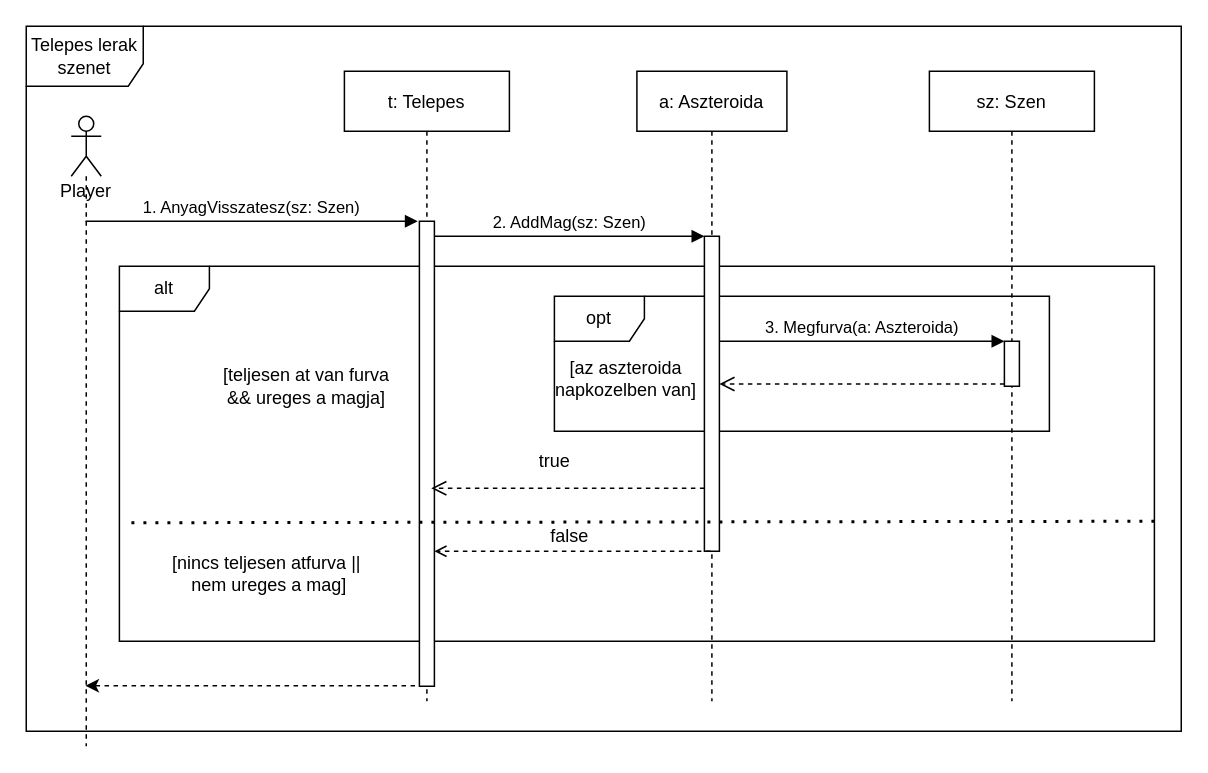
Before: doc/szekvencia/szek_SzenLerak.drawio in torpeBoiGo/aszteroidabanyaszat, a draw.io diagram. Source tidied: cells renumbered, new cells numbered last; positions are measured from the earlier drawing's top-left corner, leaving out a move shared by most shapes. Both pictures are drawn from the tidied source at 150%, with x=0, y=0 at pixel (26, 26).
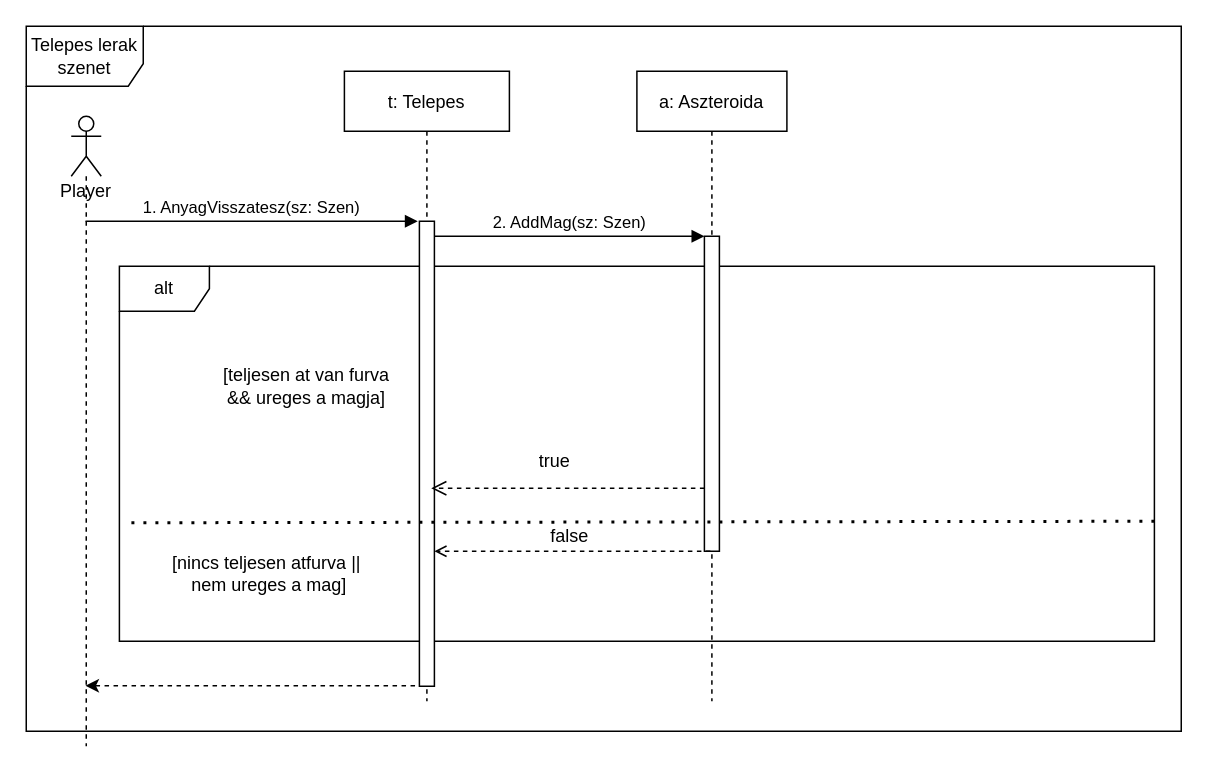
The same diagram, later.

Commit message:
nincs megfurva

The edit, as a diff of the source:
```diff
@@
+    <mxCell id="4" value="alt" style="shape=umlFrame;whiteSpace=wrap;html=1;" parent="1" vertex="1">
+      <mxGeometry x="62.1" y="160" width="690" height="250" as="geometry" />
+    </mxCell>
@@
-    <mxCell id="3" value="opt" style="shape=umlFrame;whiteSpace=wrap;html=1;" parent="1" vertex="1">
-      <mxGeometry x="352.1" y="180" width="330" height="90" as="geometry" />
-    </mxCell>
-    <mxCell id="4" value="alt" style="shape=umlFrame;whiteSpace=wrap;html=1;" parent="1" vertex="1">
-      <mxGeometry x="62.1" y="160" width="690" height="250" as="geometry" />
-    </mxCell>
-    <mxCell id="5" value="sz: Szen" style="shape=umlLifeline;perimeter=lifelinePerimeter;rounded=0;shadow=0;strokeWidth=1;" parent="1" vertex="1">
-      <mxGeometry x="602.1" y="30" width="110" height="420" as="geometry" />
-    </mxCell>
@@
-    <mxCell id="14" value="[az aszteroida napkozelben van]" style="text;html=1;strokeColor=none;fillColor=none;align=center;verticalAlign=middle;whiteSpace=wrap;rounded=0;" parent="1" vertex="1">
-      <mxGeometry x="350" y="225" width="100" height="20" as="geometry" />
-    </mxCell>
-    <mxCell id="15" style="html=1;points=[];perimeter=orthogonalPerimeter;" parent="1" vertex="1">
-      <mxGeometry x="652.1" y="210" width="10" height="30" as="geometry" />
-    </mxCell>
-    <mxCell id="16" value="3. Megfurva(a: Aszteroida)" style="html=1;verticalAlign=bottom;endArrow=block;entryX=0;entryY=0;" parent="1" edge="1" target="15">
-      <mxGeometry relative="1" as="geometry">
-        <mxPoint x="462.1" y="210" as="sourcePoint" />
-      </mxGeometry>
-    </mxCell>
-    <mxCell id="17" style="html=1;verticalAlign=bottom;endArrow=open;dashed=1;endSize=8;exitX=0;exitY=0.95;" parent="1" edge="1" source="15">
-      <mxGeometry relative="1" as="geometry">
-        <mxPoint x="462.1" y="238.5" as="targetPoint" />
-      </mxGeometry>
-    </mxCell>
```
